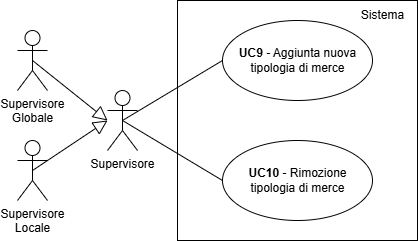
The draw.io diagram documents/rtb/assets/UC9-10.png in teamcodealchemists/docs, before a commit. Source tidied: cells renumbered, new cells last; positions are measured from the earlier drawing's top-left corner, leaving out a move shared by most shapes.
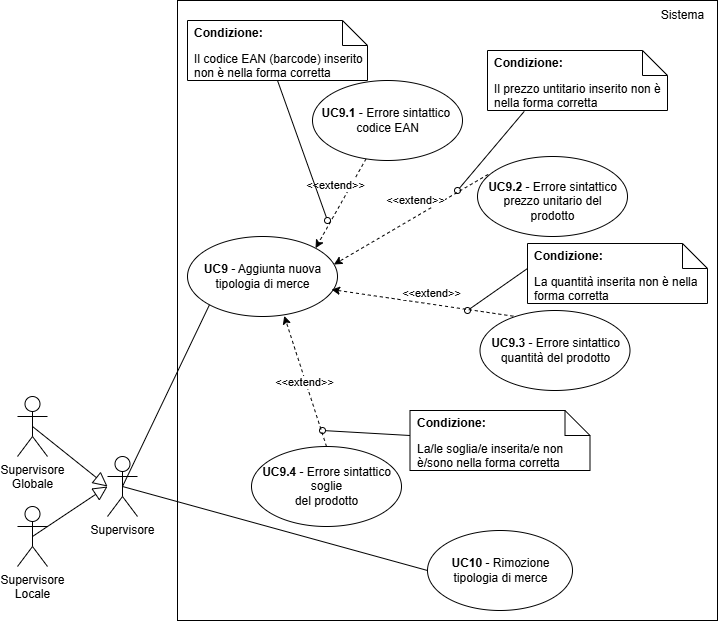
Later version of the same file.

Diff of the diagram source:
```diff
@@ -3,47 +3,147 @@
     <mxCell id="0" />
     <mxCell id="1" parent="0" />
     <mxCell id="2" style="rounded=0;whiteSpace=wrap;html=1;" parent="1" vertex="1">
-      <mxGeometry x="160" width="240" height="240" as="geometry" />
+      <mxGeometry x="-10" y="-110" width="540" height="620" as="geometry" />
     </mxCell>
     <mxCell id="3" value="Sistema" style="text;html=1;align=center;verticalAlign=middle;strokeColor=none;fillColor=none;" parent="1" vertex="1">
-      <mxGeometry x="330" width="70" height="30" as="geometry" />
+      <mxGeometry x="460" y="-110" width="70" height="30" as="geometry" />
     </mxCell>
     <mxCell id="4" style="ellipse;whiteSpace=wrap;html=1;fontStyle=1;" parent="1" vertex="1">
-      <mxGeometry x="205" y="20" width="150" height="80" as="geometry" />
+      <mxGeometry y="126" width="150" height="80" as="geometry" />
     </mxCell>
     <mxCell id="5" value="&lt;b&gt;UC9 &lt;/b&gt;-&amp;nbsp;Aggiunta nuova&lt;div&gt;tipologia di merce&lt;/div&gt;" style="text;html=1;align=center;verticalAlign=middle;strokeColor=none;fillColor=none;" parent="1" vertex="1">
-      <mxGeometry x="210" y="40" width="140" height="40" as="geometry" />
+      <mxGeometry x="5" y="146" width="140" height="40" as="geometry" />
     </mxCell>
-    <mxCell id="6" style="endArrow=none;html=1;rounded=0;entryX=0;entryY=0.5;entryDx=0;entryDy=0;exitX=0.5;exitY=0.5;exitDx=0;exitDy=0;exitPerimeter=0;" parent="1" edge="1" source="10" target="4">
+    <mxCell id="6" style="endArrow=none;html=1;rounded=0;entryX=0;entryY=1;entryDx=0;entryDy=0;exitX=0.5;exitY=0.5;exitDx=0;exitDy=0;exitPerimeter=0;" parent="1" edge="1" source="10" target="4">
       <mxGeometry relative="1" as="geometry" />
     </mxCell>
     <mxCell id="7" style="ellipse;whiteSpace=wrap;html=1;fontStyle=1;" parent="1" vertex="1">
-      <mxGeometry x="205" y="140" width="150" height="80" as="geometry" />
+      <mxGeometry x="240" y="420" width="145" height="80" as="geometry" />
     </mxCell>
     <mxCell id="8" value="&lt;b&gt;UC10&amp;nbsp;&lt;/b&gt;-&amp;nbsp;Rimozione&lt;div&gt;tipologia di merce&lt;/div&gt;" style="text;html=1;align=center;verticalAlign=middle;strokeColor=none;fillColor=none;" parent="1" vertex="1">
-      <mxGeometry x="220" y="160" width="120" height="40" as="geometry" />
+      <mxGeometry x="252.5" y="440" width="120" height="40" as="geometry" />
     </mxCell>
     <mxCell id="9" style="endArrow=none;html=1;rounded=0;entryX=0.5;entryY=0.5;entryDx=0;entryDy=0;entryPerimeter=0;exitX=0;exitY=0.5;exitDx=0;exitDy=0;" parent="1" edge="1" source="7" target="10">
       <mxGeometry relative="1" as="geometry" />
     </mxCell>
     <mxCell id="10" value="Supervisore" style="shape=umlActor;verticalLabelPosition=bottom;verticalAlign=top;html=1;outlineConnect=0;" parent="1" vertex="1">
-      <mxGeometry x="90" y="90" width="30" height="60" as="geometry" />
+      <mxGeometry x="-80" y="346" width="30" height="60" as="geometry" />
     </mxCell>
     <mxCell id="11" value="Supervisore&lt;div&gt;Globale&lt;/div&gt;" style="shape=umlActor;verticalLabelPosition=bottom;verticalAlign=top;html=1;outlineConnect=0;" parent="1" vertex="1">
-      <mxGeometry y="30" width="30" height="60" as="geometry" />
+      <mxGeometry x="-170" y="286" width="30" height="60" as="geometry" />
     </mxCell>
     <mxCell id="12" value="Supervisore&lt;div&gt;Locale&lt;/div&gt;" style="shape=umlActor;verticalLabelPosition=bottom;verticalAlign=top;html=1;outlineConnect=0;" parent="1" vertex="1">
-      <mxGeometry y="140" width="30" height="60" as="geometry" />
+      <mxGeometry x="-170" y="396" width="30" height="60" as="geometry" />
     </mxCell>
     <mxCell id="13" style="endArrow=block;html=1;rounded=0;exitX=0.5;exitY=0.5;exitDx=0;exitDy=0;exitPerimeter=0;endFill=0;endSize=12;" parent="1" edge="1" source="11">
       <mxGeometry relative="1" as="geometry">
-        <mxPoint x="90" y="120" as="targetPoint" />
+        <mxPoint x="-80" y="376" as="targetPoint" />
       </mxGeometry>
     </mxCell>
     <mxCell id="14" style="endArrow=block;html=1;rounded=0;exitX=0.5;exitY=0.5;exitDx=0;exitDy=0;exitPerimeter=0;endFill=0;endSize=12;" parent="1" edge="1" source="12">
       <mxGeometry relative="1" as="geometry">
-        <mxPoint x="90" y="120" as="targetPoint" />
+        <mxPoint x="-80" y="376" as="targetPoint" />
       </mxGeometry>
     </mxCell>
+    <mxCell id="15" style="rounded=0;jettySize=auto;html=1;entryX=1;entryY=0;entryDx=0;entryDy=0;dashed=1;" parent="1" edge="1" source="17" target="4">
+      <mxGeometry relative="1" as="geometry" />
+    </mxCell>
+    <mxCell id="16" value="&amp;lt;&amp;lt;extend&amp;gt;&amp;gt;" style="edgeLabel;html=1;align=center;verticalAlign=middle;" parent="15" vertex="1">
+      <mxGeometry x="-0.17" y="-3" relative="1" as="geometry">
+        <mxPoint x="-8" y="-9" as="offset" />
+      </mxGeometry>
+    </mxCell>
+    <mxCell id="17" style="ellipse;whiteSpace=wrap;html=1;fontStyle=1;" parent="1" vertex="1">
+      <mxGeometry x="125" y="-30" width="150" height="80" as="geometry" />
+    </mxCell>
+    <mxCell id="18" value="&lt;b&gt;UC9.1&amp;nbsp;&lt;/b&gt;- Errore sintattico&amp;nbsp;&lt;br&gt;&lt;div&gt;codice EAN&lt;/div&gt;" style="text;html=1;align=center;verticalAlign=middle;strokeColor=none;fillColor=none;" parent="1" vertex="1">
+      <mxGeometry x="120" y="-10" width="160" height="40" as="geometry" />
+    </mxCell>
+    <mxCell id="19" value="Il codice EAN (barcode) inserito non è nella forma corretta" style="shape=note2;boundedLbl=1;whiteSpace=wrap;html=1;size=25;verticalAlign=top;align=left;spacingLeft=5;" parent="1" vertex="1">
+      <mxGeometry y="-90" width="180" height="60" as="geometry" />
+    </mxCell>
+    <mxCell id="20" value="&lt;b&gt;Condizione:&lt;/b&gt;" style="strokeColor=none;fillColor=none;align=left;spacingLeft=5;whiteSpace=wrap;html=1;" parent="19" vertex="1">
+      <mxGeometry width="180" height="25" relative="1" as="geometry" />
+    </mxCell>
+    <mxCell id="21" style="rounded=0;jettySize=auto;html=1;endArrow=oval;endFill=0;exitX=0.5;exitY=1;exitDx=0;exitDy=0;exitPerimeter=0;" parent="1" edge="1" source="19">
+      <mxGeometry relative="1" as="geometry">
+        <mxPoint x="140" y="110" as="targetPoint" />
+      </mxGeometry>
+    </mxCell>
+    <mxCell id="22" style="ellipse;whiteSpace=wrap;html=1;fontStyle=1;" parent="1" vertex="1">
+      <mxGeometry x="292.5" y="200" width="150" height="80" as="geometry" />
+    </mxCell>
+    <mxCell id="23" value="&lt;b&gt;UC9.3&amp;nbsp;&lt;/b&gt;- Errore sintattico&lt;div&gt;quantità del prodotto&lt;/div&gt;" style="text;html=1;align=center;verticalAlign=middle;strokeColor=none;fillColor=none;" parent="1" vertex="1">
+      <mxGeometry x="292.5" y="220" width="150" height="40" as="geometry" />
+    </mxCell>
+    <mxCell id="24" style="ellipse;whiteSpace=wrap;html=1;fontStyle=1;" parent="1" vertex="1">
+      <mxGeometry x="290" y="46" width="150" height="80" as="geometry" />
+    </mxCell>
+    <mxCell id="25" value="&lt;b&gt;UC9.2&amp;nbsp;&lt;/b&gt;- Errore sintattico&lt;div&gt;prezzo unitario del&lt;/div&gt;&lt;div&gt;prodotto&lt;/div&gt;" style="text;html=1;align=center;verticalAlign=middle;strokeColor=none;fillColor=none;" parent="1" vertex="1">
+      <mxGeometry x="290" y="61" width="150" height="60" as="geometry" />
+    </mxCell>
+    <mxCell id="26" style="ellipse;whiteSpace=wrap;html=1;fontStyle=1;" parent="1" vertex="1">
+      <mxGeometry x="64" y="336" width="150" height="80" as="geometry" />
+    </mxCell>
+    <mxCell id="27" value="&lt;b&gt;UC9.4&amp;nbsp;&lt;/b&gt;- Errore sintattico&lt;div&gt;soglie&lt;/div&gt;&lt;div&gt;del prodotto&lt;/div&gt;" style="text;html=1;align=center;verticalAlign=middle;strokeColor=none;fillColor=none;" parent="1" vertex="1">
+      <mxGeometry x="64" y="346" width="150" height="60" as="geometry" />
+    </mxCell>
+    <mxCell id="28" style="rounded=0;jettySize=auto;html=1;entryX=0.976;entryY=0.35;entryDx=0;entryDy=0;dashed=1;exitX=0.071;exitY=0.224;exitDx=0;exitDy=0;exitPerimeter=0;entryPerimeter=0;" parent="1" edge="1" source="24" target="4">
+      <mxGeometry relative="1" as="geometry" />
+    </mxCell>
+    <mxCell id="29" value="&amp;lt;&amp;lt;extend&amp;gt;&amp;gt;" style="edgeLabel;html=1;align=center;verticalAlign=middle;" parent="28" vertex="1">
+      <mxGeometry x="-0.17" y="-3" relative="1" as="geometry">
+        <mxPoint x="-8" y="-9" as="offset" />
+      </mxGeometry>
+    </mxCell>
+    <mxCell id="30" value="Il prezzo untitario inserito non è nella forma corretta" style="shape=note2;boundedLbl=1;whiteSpace=wrap;html=1;size=25;verticalAlign=top;align=left;spacingLeft=5;" parent="1" vertex="1">
+      <mxGeometry x="300" y="-60" width="180" height="60" as="geometry" />
+    </mxCell>
+    <mxCell id="31" value="&lt;b&gt;Condizione:&lt;/b&gt;" style="strokeColor=none;fillColor=none;align=left;spacingLeft=5;whiteSpace=wrap;html=1;" parent="30" vertex="1">
+      <mxGeometry width="180" height="25" relative="1" as="geometry" />
+    </mxCell>
+    <mxCell id="32" style="rounded=0;jettySize=auto;html=1;endArrow=oval;endFill=0;exitX=0.204;exitY=1.015;exitDx=0;exitDy=0;exitPerimeter=0;" parent="1" edge="1" source="30">
+      <mxGeometry relative="1" as="geometry">
+        <mxPoint x="270" y="80" as="targetPoint" />
+      </mxGeometry>
+    </mxCell>
+    <mxCell id="33" style="rounded=0;jettySize=auto;html=1;entryX=0.96;entryY=0.663;entryDx=0;entryDy=0;dashed=1;exitX=0.222;exitY=0.071;exitDx=0;exitDy=0;exitPerimeter=0;entryPerimeter=0;" parent="1" edge="1" source="22" target="4">
+      <mxGeometry relative="1" as="geometry" />
+    </mxCell>
+    <mxCell id="34" value="&amp;lt;&amp;lt;extend&amp;gt;&amp;gt;" style="edgeLabel;html=1;align=center;verticalAlign=middle;" parent="33" vertex="1">
+      <mxGeometry x="-0.17" y="-3" relative="1" as="geometry">
+        <mxPoint x="-8" y="-9" as="offset" />
+      </mxGeometry>
+    </mxCell>
+    <mxCell id="35" style="rounded=0;jettySize=auto;html=1;entryX=0.645;entryY=0.992;entryDx=0;entryDy=0;dashed=1;exitX=0.5;exitY=0;exitDx=0;exitDy=0;entryPerimeter=0;" parent="1" edge="1" source="26" target="4">
+      <mxGeometry relative="1" as="geometry" />
+    </mxCell>
+    <mxCell id="36" value="&amp;lt;&amp;lt;extend&amp;gt;&amp;gt;" style="edgeLabel;html=1;align=center;verticalAlign=middle;" parent="35" vertex="1">
+      <mxGeometry x="-0.17" y="-3" relative="1" as="geometry">
+        <mxPoint x="-8" y="-9" as="offset" />
+      </mxGeometry>
+    </mxCell>
+    <mxCell id="37" value="La quantità inserita non è nella forma corretta" style="shape=note2;boundedLbl=1;whiteSpace=wrap;html=1;size=25;verticalAlign=top;align=left;spacingLeft=5;" parent="1" vertex="1">
+      <mxGeometry x="340" y="133" width="180" height="60" as="geometry" />
+    </mxCell>
+    <mxCell id="38" value="&lt;b&gt;Condizione:&lt;/b&gt;" style="strokeColor=none;fillColor=none;align=left;spacingLeft=5;whiteSpace=wrap;html=1;" parent="37" vertex="1">
+      <mxGeometry width="180" height="25" relative="1" as="geometry" />
+    </mxCell>
+    <mxCell id="39" style="rounded=0;jettySize=auto;html=1;endArrow=oval;endFill=0;exitX=0;exitY=1;exitDx=0;exitDy=0;" parent="1" edge="1" source="38">
+      <mxGeometry relative="1" as="geometry">
+        <mxPoint x="280" y="200" as="targetPoint" />
+      </mxGeometry>
+    </mxCell>
+    <mxCell id="40" value="La/le soglia/e inserita/e non è/sono nella forma corretta" style="shape=note2;boundedLbl=1;whiteSpace=wrap;html=1;size=25;verticalAlign=top;align=left;spacingLeft=5;" parent="1" vertex="1">
+      <mxGeometry x="222.5" y="300" width="180" height="60" as="geometry" />
+    </mxCell>
+    <mxCell id="41" value="&lt;b&gt;Condizione:&lt;/b&gt;" style="strokeColor=none;fillColor=none;align=left;spacingLeft=5;whiteSpace=wrap;html=1;" parent="40" vertex="1">
+      <mxGeometry width="180" height="25" relative="1" as="geometry" />
+    </mxCell>
+    <mxCell id="42" style="rounded=0;jettySize=auto;html=1;endArrow=oval;endFill=0;exitX=0;exitY=1;exitDx=0;exitDy=0;" parent="1" edge="1" source="41">
+      <mxGeometry relative="1" as="geometry">
+        <mxPoint x="135" y="320" as="targetPoint" />
+      </mxGeometry>
+    </mxCell>
   </root>
 </mxGraphModel>
```
